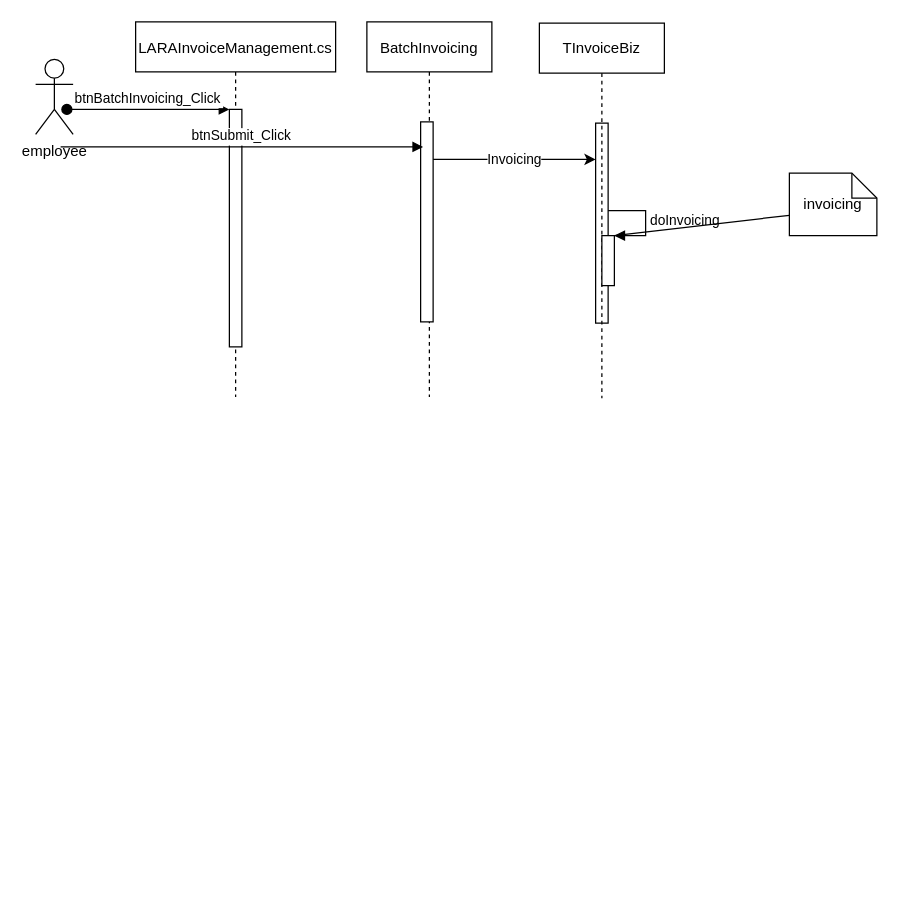
Above: batch invoicing.drawio in yi2003/diagram (draw.io), before the change. Source tidied: cells renumbered, new cells numbered last; positions are measured from the earlier drawing's top-left corner, leaving out a move shared by most shapes. Both pictures are drawn from the tidied source at 125%, with x=0, y=0 at pixel (35, 21).
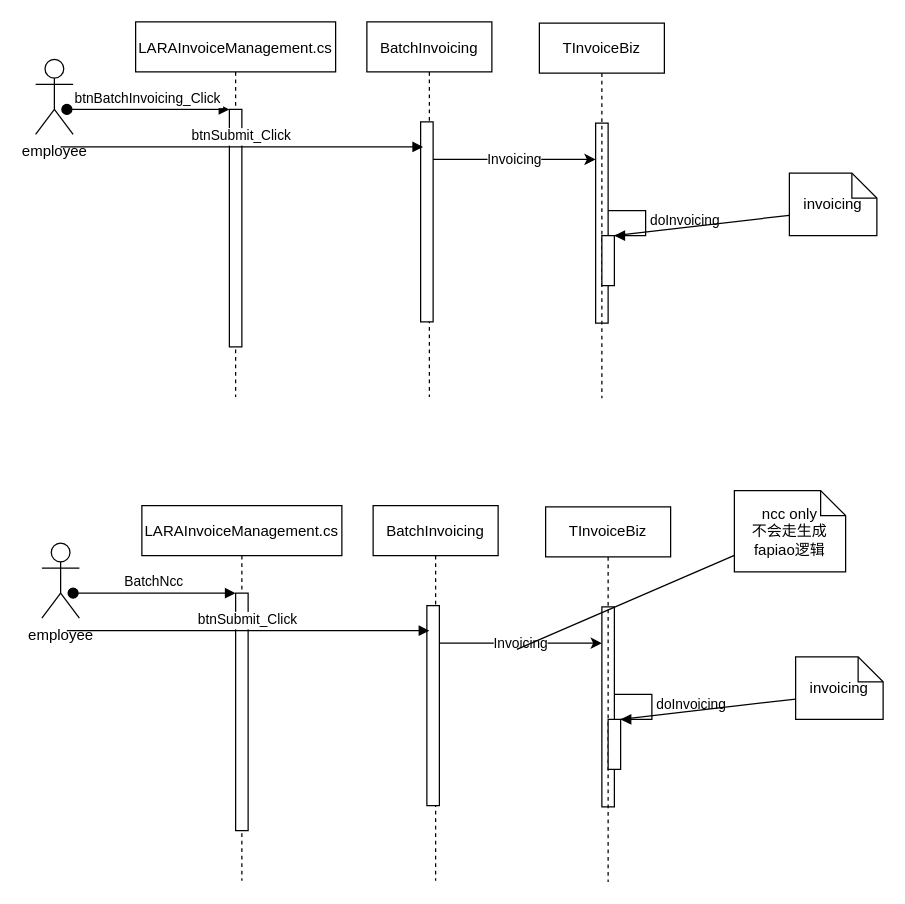
After the change.

Change to the diagram source:
```diff
@@
+    <mxCell id="16" value="LARAInvoiceManagement.cs" style="shape=umlLifeline;perimeter=lifelinePerimeter;rounded=0;shadow=0;strokeWidth=1;" parent="1" vertex="1">
+      <mxGeometry x="85" y="387" width="160" height="300" as="geometry" />
+    </mxCell>
+    <mxCell id="17" style="points=[];perimeter=orthogonalPerimeter;rounded=0;shadow=0;strokeWidth=1;" parent="16" vertex="1">
+      <mxGeometry x="75" y="70" width="10" height="190" as="geometry" />
+    </mxCell>
+    <mxCell id="18" value="BatchNcc" style="verticalAlign=bottom;startArrow=oval;endArrow=block;startSize=8;shadow=0;strokeWidth=1;" parent="16" edge="1" target="17">
+      <mxGeometry relative="1" as="geometry">
+        <mxPoint x="-55" y="70" as="sourcePoint" />
+      </mxGeometry>
+    </mxCell>
+    <mxCell id="19" value="BatchInvoicing" style="shape=umlLifeline;perimeter=lifelinePerimeter;rounded=0;shadow=0;strokeWidth=1;" parent="1" vertex="1">
+      <mxGeometry x="270" y="387" width="100" height="300" as="geometry" />
+    </mxCell>
+    <mxCell id="20" style="points=[];perimeter=orthogonalPerimeter;rounded=0;shadow=0;strokeWidth=1;" parent="19" vertex="1">
+      <mxGeometry x="43" y="80" width="10" height="160" as="geometry" />
+    </mxCell>
+    <mxCell id="21" value="btnSubmit_Click" style="verticalAlign=bottom;endArrow=block;shadow=0;strokeWidth=1;" parent="1" edge="1">
+      <mxGeometry relative="1" as="geometry">
+        <mxPoint x="25" y="487" as="sourcePoint" />
+        <mxPoint x="315" y="487" as="targetPoint" />
+      </mxGeometry>
+    </mxCell>
+    <mxCell id="22" value="employee" style="shape=umlActor;verticalLabelPosition=bottom;verticalAlign=top;html=1;" parent="1" vertex="1">
+      <mxGeometry x="5" y="417" width="30" height="60" as="geometry" />
+    </mxCell>
+    <mxCell id="23" style="points=[];perimeter=orthogonalPerimeter;rounded=0;shadow=0;strokeWidth=1;" parent="1" vertex="1">
+      <mxGeometry x="453" y="468" width="10" height="160" as="geometry" />
+    </mxCell>
+    <mxCell id="24" value="Invoicing" style="edgeStyle=orthogonalEdgeStyle;rounded=0;jettySize=auto;html=1;" parent="1" edge="1" source="20" target="23">
+      <mxGeometry relative="1" as="geometry">
+        <Array as="points">
+          <mxPoint x="445" y="497" />
+          <mxPoint x="445" y="497" />
+        </Array>
+      </mxGeometry>
+    </mxCell>
+    <mxCell id="25" value="TInvoiceBiz" style="shape=umlLifeline;perimeter=lifelinePerimeter;whiteSpace=wrap;html=1;" parent="1" vertex="1">
+      <mxGeometry x="408" y="388" width="100" height="300" as="geometry" />
+    </mxCell>
+    <mxCell id="26" style="html=1;points=[];perimeter=orthogonalPerimeter;" parent="25" vertex="1">
+      <mxGeometry x="50" y="170" width="10" height="40" as="geometry" />
+    </mxCell>
+    <mxCell id="27" value="doInvoicing" style="edgeStyle=orthogonalEdgeStyle;html=1;align=left;spacingLeft=2;endArrow=block;rounded=0;entryX=1;entryY=0;" parent="25" edge="1" target="26">
+      <mxGeometry relative="1" as="geometry">
+        <mxPoint x="55" y="150" as="sourcePoint" />
+        <Array as="points">
+          <mxPoint x="85" y="150" />
+        </Array>
+      </mxGeometry>
+    </mxCell>
+    <mxCell id="28" value="invoicing" style="shape=note;size=20;whiteSpace=wrap;html=1;" parent="1" vertex="1">
+      <mxGeometry x="608" y="508" width="70" height="50" as="geometry" />
+    </mxCell>
+    <mxCell id="29" style="endArrow=none;html=1;rounded=0;" parent="1" edge="1" source="26" target="28">
+      <mxGeometry relative="1" as="geometry" />
+    </mxCell>
+    <mxCell id="30" value="ncc only&lt;br&gt;不会走生成fapiao逻辑" style="shape=note;size=20;whiteSpace=wrap;html=1;" parent="1" vertex="1">
+      <mxGeometry x="559" y="375" width="89" height="65" as="geometry" />
+    </mxCell>
+    <mxCell id="31" style="endArrow=none;html=1;rounded=0;" parent="1" edge="1" target="30">
+      <mxGeometry relative="1" as="geometry">
+        <mxPoint x="385" y="502" as="sourcePoint" />
+      </mxGeometry>
+    </mxCell>
```
